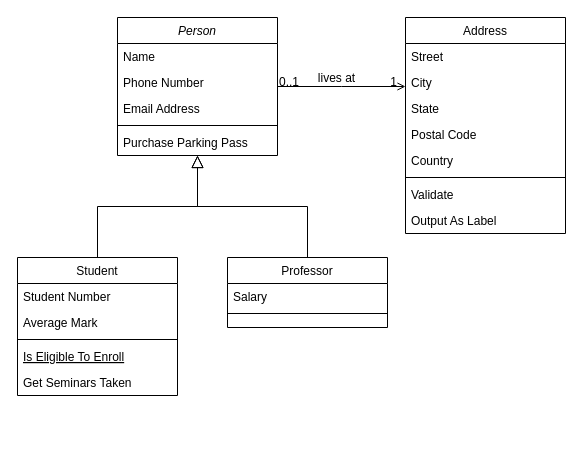
Above: Test1.drawio in json-jcc/Notes (draw.io), before the change. Source tidied: cells renumbered, new cells numbered last; positions are measured from the earlier drawing's top-left corner, leaving out a move shared by most shapes. Both pictures are drawn from the tidied source at 100%, with x=0, y=0 at pixel (17, 17).
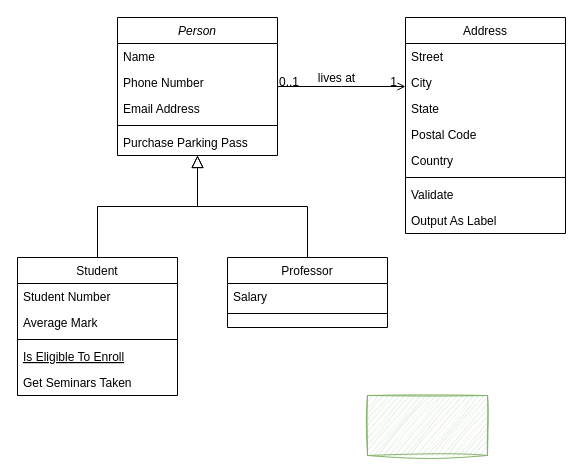
The same page after the edit.

What changed in the source:
```diff
@@
+    <mxCell id="32" style="rounded=0;whiteSpace=wrap;html=1;fillColor=#d5e8d4;strokeColor=#82b366;sketch=1;curveFitting=1;jiggle=2;" parent="1" vertex="1">
+      <mxGeometry x="350" y="378" width="120" height="60" as="geometry" />
+    </mxCell>
```
